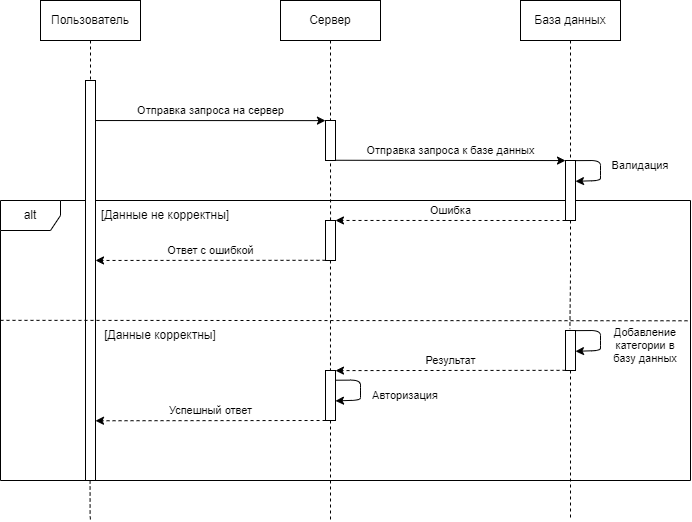
Before: SDS/Images/3/Sequence_add_category.png, a diagram exported from draw.io (ChainHokesss/CostAccountingManager). Source tidied: cells renumbered, new cells last; positions are measured from the earlier drawing's top-left corner, leaving out a move shared by most shapes.
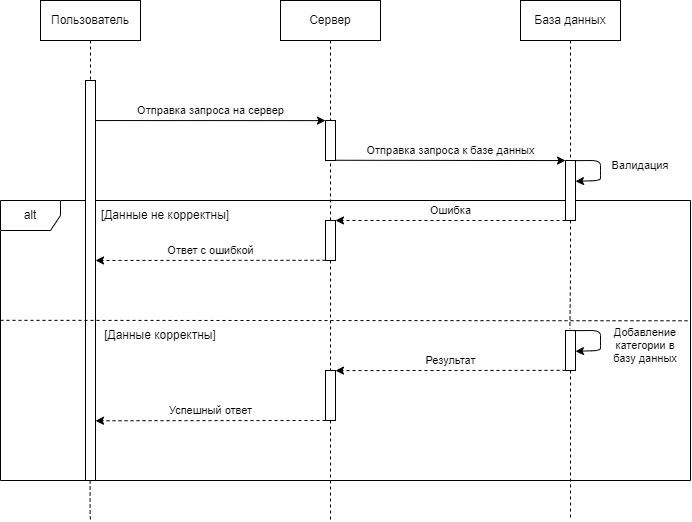
After the commit.

What changed in the source:
```diff
@@ -110,20 +110,6 @@
     <mxCell id="28" value="Результат" style="endArrow=classic;html=1;rounded=0;dashed=1;fontSize=11;entryX=0.998;entryY=0.002;entryDx=0;entryDy=0;entryPerimeter=0;exitX=0.003;exitY=0.996;exitDx=0;exitDy=0;exitPerimeter=0;" parent="1" edge="1" source="23" target="27">
       <mxGeometry y="-10" relative="1" as="geometry" />
     </mxCell>
-    <mxCell id="29" style="endArrow=classic;html=1;rounded=1;entryX=1;entryY=0.347;entryDx=0;entryDy=0;entryPerimeter=0;exitX=1;exitY=0.002;exitDx=0;exitDy=0;exitPerimeter=0;" parent="1" edge="1">
-      <mxGeometry relative="1" as="geometry">
-        <mxPoint x="335" y="379.7" as="sourcePoint" />
-        <mxPoint x="335" y="400.4" as="targetPoint" />
-        <Array as="points">
-          <mxPoint x="360" y="379.6" />
-          <mxPoint x="360" y="389.6" />
-          <mxPoint x="360" y="399.6" />
-        </Array>
-      </mxGeometry>
-    </mxCell>
-    <mxCell id="30" value="Авторизация" style="text;html=1;strokeColor=none;fillColor=none;align=center;verticalAlign=middle;whiteSpace=wrap;rounded=0;fontSize=11;" parent="1" vertex="1">
-      <mxGeometry x="360" y="380" width="90" height="30" as="geometry" />
-    </mxCell>
     <mxCell id="31" value="Успешный ответ" style="endArrow=classic;html=1;rounded=0;dashed=1;fontSize=11;entryX=0.998;entryY=0.002;entryDx=0;entryDy=0;entryPerimeter=0;exitX=0.003;exitY=0.996;exitDx=0;exitDy=0;exitPerimeter=0;" parent="1" edge="1">
       <mxGeometry y="-10" relative="1" as="geometry">
         <mxPoint x="325" y="420" as="sourcePoint" />
```
